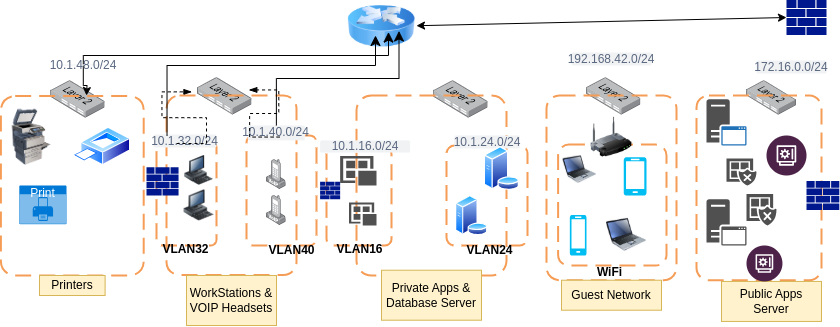
This is secured_network_topology.drawio.png from MwarumbaH-5523/Secured_Networks_Topology, a draw.io export, as it was before one commit. Source tidied: cells renumbered, new cells last; positions are measured from the earlier drawing's top-left corner, leaving out a move shared by most shapes.
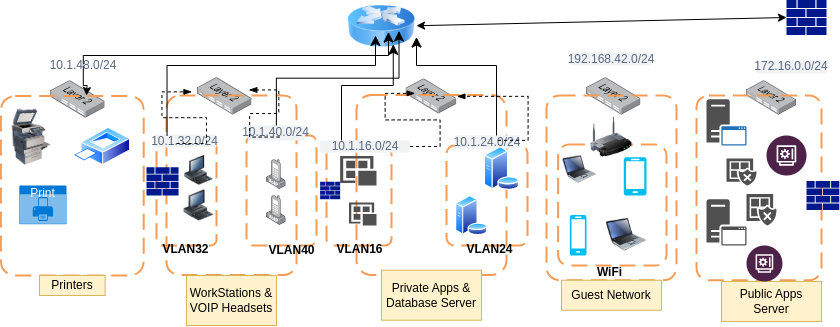
After the change.

The edit, as a diff of the source:
```diff
@@ -18,7 +18,7 @@
       <mxGeometry x="586" y="78.2" width="54.4" height="37.3" as="geometry" />
     </mxCell>
     <mxCell id="7" style="image;points=[];html=1;align=center;shadow=0;dashed=0;image=img/lib/allied_telesis/switch/Switch_24_port_L2.svg;" parent="1" vertex="1">
-      <mxGeometry x="433.2" y="81.2" width="54.4" height="37.3" as="geometry" />
+      <mxGeometry x="405.6" y="79.5" width="50.7" height="34.8" as="geometry" />
     </mxCell>
     <mxCell id="8" style="image;points=[];html=1;align=center;shadow=0;dashed=0;image=img/lib/allied_telesis/switch/Switch_24_port_L2.svg;" parent="1" vertex="1">
       <mxGeometry x="197.1" y="78.2" width="54.4" height="37.3" as="geometry" />
@@ -33,7 +33,7 @@
       <mxGeometry x="166" y="96" width="130" height="179.5" as="geometry" />
     </mxCell>
     <mxCell id="12" style="rounded=1;arcSize=10;dashed=1;strokeColor=#F59D56;fillColor=none;gradientColor=none;dashPattern=8 4;strokeWidth=2;" parent="1" vertex="1">
-      <mxGeometry x="356" y="96" width="150" height="180" as="geometry" />
+      <mxGeometry x="356" y="95.5" width="150" height="180" as="geometry" />
     </mxCell>
     <mxCell id="13" style="rounded=1;arcSize=10;dashed=1;strokeColor=#F59D56;fillColor=none;gradientColor=none;dashPattern=8 4;strokeWidth=2;" parent="1" vertex="1">
       <mxGeometry x="546" y="96" width="130" height="184.7" as="geometry" />
@@ -221,5 +221,35 @@
         <mxPoint x="398.5" y="31.5" as="targetPoint" />
       </mxGeometry>
     </mxCell>
+    <mxCell id="68" style="edgeStyle=elbowEdgeStyle;elbow=vertical;endArrow=classic;html=1;curved=0;rounded=0;endSize=8;startSize=8;entryX=0.668;entryY=0.925;entryDx=0;entryDy=0;entryPerimeter=0;" parent="1" edge="1" target="3">
+      <mxGeometry relative="1" as="geometry">
+        <mxPoint x="341" y="140.8" as="sourcePoint" />
+        <Array as="points">
+          <mxPoint x="366" y="86" />
+        </Array>
+      </mxGeometry>
+    </mxCell>
+    <mxCell id="69" style="edgeStyle=elbowEdgeStyle;elbow=vertical;endArrow=classic;html=1;curved=0;rounded=0;endSize=8;startSize=8;entryX=1;entryY=0.75;entryDx=0;entryDy=0;" parent="1" edge="1" target="3">
+      <mxGeometry relative="1" as="geometry">
+        <mxPoint x="496" y="136" as="sourcePoint" />
+        <Array as="points">
+          <mxPoint x="456" y="66" />
+        </Array>
+      </mxGeometry>
+    </mxCell>
+    <mxCell id="70" style="edgeStyle=entityRelationEdgeStyle;fontSize=12;html=1;endArrow=blockThin;endFill=1;startArrow=none;rounded=0;startFill=0;dashed=1;entryX=0.391;entryY=-0.009;entryDx=0;entryDy=0;entryPerimeter=0;" parent="1" edge="1" source="32" target="12">
+      <mxGeometry relative="1" as="geometry">
+        <Array as="points">
+          <mxPoint x="436" y="136" />
+          <mxPoint x="436" y="136" />
+          <mxPoint x="406" y="86" />
+        </Array>
+      </mxGeometry>
+    </mxCell>
+    <mxCell id="71" style="edgeStyle=entityRelationEdgeStyle;fontSize=12;html=1;endArrow=blockThin;endFill=1;startArrow=none;rounded=0;startFill=0;dashed=1;" parent="1" edge="1" target="7">
+      <mxGeometry relative="1" as="geometry">
+        <mxPoint x="497.6" y="140.8" as="sourcePoint" />
+      </mxGeometry>
+    </mxCell>
   </root>
 </mxGraphModel>
```
